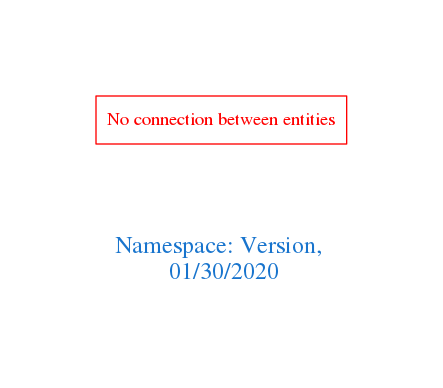
Earlier version of the Graphviz export downloads/Version.png (arago/OGIT). Its source is kept beside it as downloads/Version.dot.
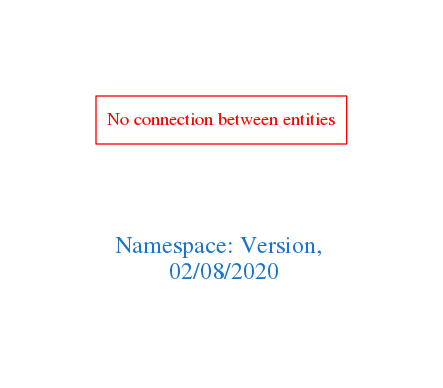
The same diagram one commit later.

Diff of the diagram source:
```diff
@@ -1,7 +1,7 @@
 digraph OGIT_ontology {
  graph [ rankdir= LR,pad=1
 fontsize = 18,
-fontcolor= dodgerblue3,label = "\n\n\nNamespace: Version, \n 01/30/2020"];
+fontcolor= dodgerblue3,label = "\n\n\nNamespace: Version, \n 02/08/2020"];
 node[shape=polygon];
 edge [  color="gray81"];
 
```
